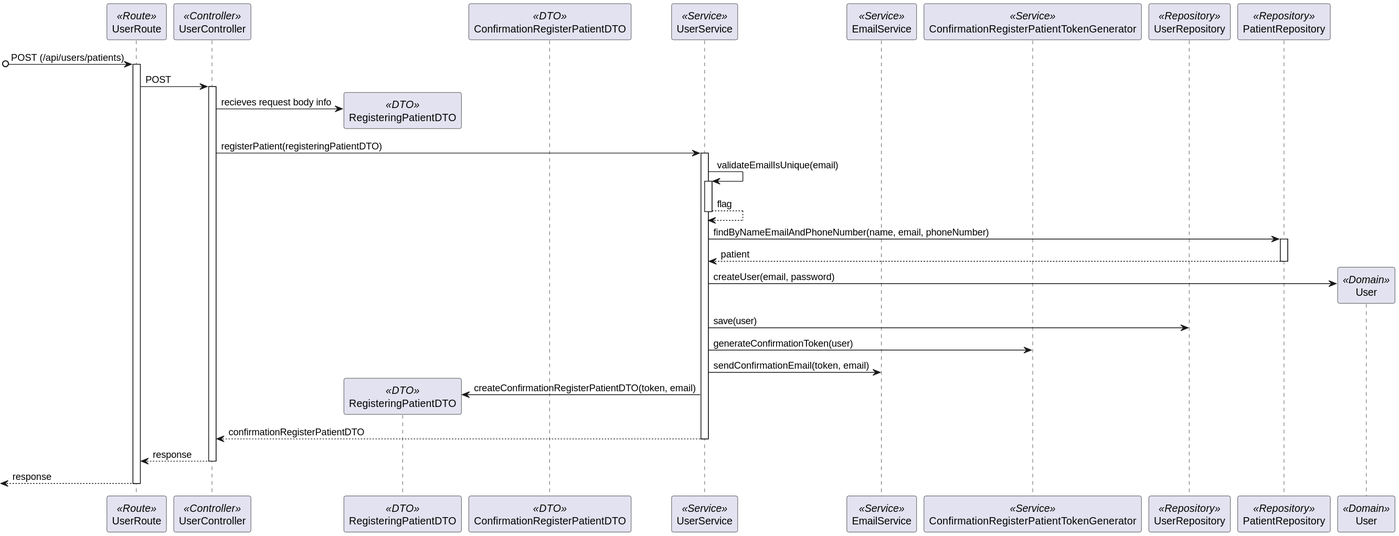
Above: docs/Sprint_1/US_5.1.3/L3/Process_View_Prior_Confirmation.svg in Rodrick0209/ISEP-SEM5PI-24-25 (PlantUML), before the change.
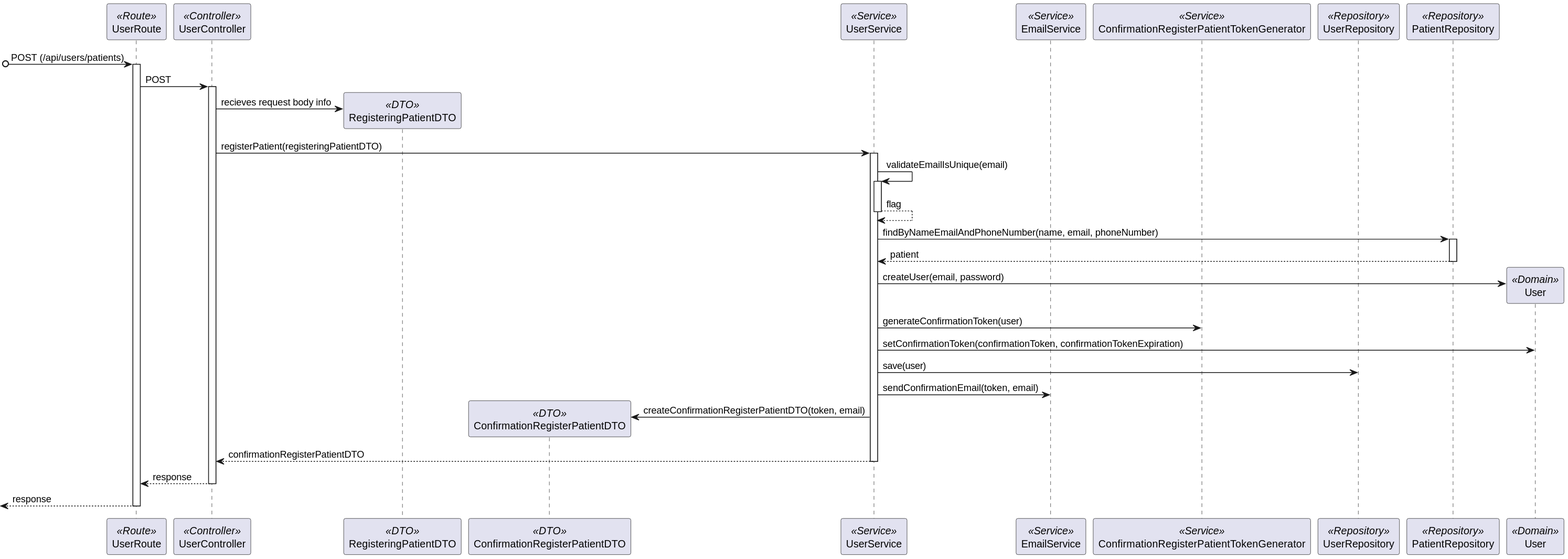
Above is the later version.

Commit message:
US 5.1.3 Design (Fixed Level 3 Process View Diagrams) #4

Change to the diagram source:
```diff
@@ -23,10 +23,11 @@
 activate PatientRepository
 return patient
 Service -> Domain** : createUser(email, password)
+Service -> TokenGenerator : generateConfirmationToken(user)
+Service -> Domain : setConfirmationToken(confirmationToken, confirmationTokenExpiration)
 Service -> Repository : save(user)
-Service -> TokenGenerator : generateConfirmationToken(user)
 Service -> EmailService : sendConfirmationEmail(token, email)
-Service -> DTO** : createConfirmationRegisterPatientDTO(token, email)
+Service -> ConfirmationDTO** : createConfirmationRegisterPatientDTO(token, email)
 Service --> Controller : confirmationRegisterPatientDTO
 deactivate Service
 Controller --> Route : response
```
